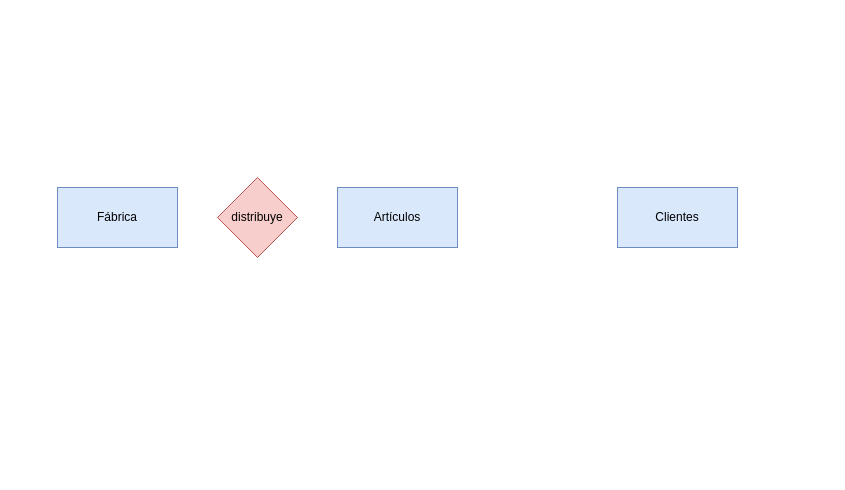
Before: Unidad-1/Tareas/Tarea-2/Diagrama sin título.drawio in liliguoz/Base-datos, a draw.io diagram. Source tidied: cells renumbered, new cells numbered last; positions are measured from the earlier drawing's top-left corner, leaving out a move shared by most shapes. Both pictures are drawn from the tidied source at 100%, with x=0, y=0 at pixel (57, 177).
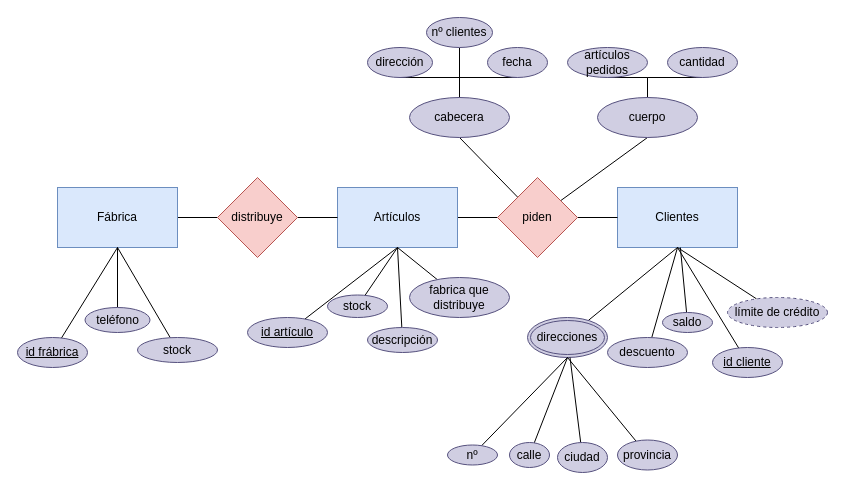
The same diagram, later.

The change refers to these unchanged cells:
```xml
<mxCell id="2" value="Clientes" style="rounded=0;whiteSpace=wrap;html=1;fillColor=#dae8fc;strokeColor=#6c8ebf;" parent="1" vertex="1">
  <mxGeometry x="560" y="10" width="120" height="60" as="geometry" />
</mxCell>
<mxCell id="3" value="Artículos" style="rounded=0;whiteSpace=wrap;html=1;fillColor=#dae8fc;strokeColor=#6c8ebf;" parent="1" vertex="1">
  <mxGeometry x="280" y="10" width="120" height="60" as="geometry" />
</mxCell>
<mxCell id="4" value="Fábrica" style="rounded=0;whiteSpace=wrap;html=1;fillColor=#dae8fc;strokeColor=#6c8ebf;" parent="1" vertex="1">
  <mxGeometry y="10" width="120" height="60" as="geometry" />
</mxCell>
<mxCell id="6" value="distribuye" style="rhombus;whiteSpace=wrap;html=1;fillColor=#f8cecc;strokeColor=#b85450;" parent="1" vertex="1">
  <mxGeometry x="160" width="80" height="80" as="geometry" />
</mxCell>
```

The edit, as a diff of the source:
```diff
@@
+    <mxCell id="7" style="edgeStyle=orthogonalEdgeStyle;rounded=0;jettySize=auto;html=1;entryX=0;entryY=0.5;entryDx=0;entryDy=0;endArrow=none;endFill=0;" parent="1" edge="1" source="3" target="13">
+      <mxGeometry relative="1" as="geometry" />
+    </mxCell>
@@
+    <mxCell id="8" style="edgeStyle=orthogonalEdgeStyle;rounded=0;jettySize=auto;html=1;endArrow=none;endFill=0;" parent="1" edge="1" source="4" target="6">
+      <mxGeometry relative="1" as="geometry" />
+    </mxCell>
@@
+    <mxCell id="9" style="edgeStyle=orthogonalEdgeStyle;rounded=0;jettySize=auto;html=1;endArrow=none;endFill=0;" parent="1" edge="1" source="6" target="3">
+      <mxGeometry relative="1" as="geometry" />
+    </mxCell>
@@
+    <mxCell id="10" style="edgeStyle=orthogonalEdgeStyle;rounded=0;jettySize=auto;html=1;endArrow=none;endFill=0;" parent="1" edge="1" source="13" target="2">
+      <mxGeometry relative="1" as="geometry" />
+    </mxCell>
+    <mxCell id="11" style="rounded=0;jettySize=auto;html=1;entryX=0.5;entryY=1;entryDx=0;entryDy=0;endArrow=none;endFill=0;" parent="1" edge="1" source="13" target="49">
+      <mxGeometry relative="1" as="geometry" />
+    </mxCell>
+    <mxCell id="12" style="rounded=0;jettySize=auto;html=1;entryX=0.5;entryY=1;entryDx=0;entryDy=0;endArrow=none;endFill=0;" parent="1" edge="1" source="13" target="52">
+      <mxGeometry relative="1" as="geometry" />
+    </mxCell>
+    <mxCell id="13" value="piden" style="rhombus;whiteSpace=wrap;html=1;fillColor=#f8cecc;strokeColor=#b85450;" parent="1" vertex="1">
+      <mxGeometry x="440" width="80" height="80" as="geometry" />
+    </mxCell>
+    <mxCell id="14" style="rounded=0;jettySize=auto;html=1;entryX=0.5;entryY=1;entryDx=0;entryDy=0;endArrow=none;endFill=0;" parent="1" edge="1" source="15" target="2">
+      <mxGeometry relative="1" as="geometry" />
+    </mxCell>
+    <mxCell id="15" value="descuento" style="ellipse;whiteSpace=wrap;html=1;align=center;fillColor=#d0cee2;strokeColor=#56517e;" parent="1" vertex="1">
+      <mxGeometry x="550" y="160" width="80" height="30" as="geometry" />
+    </mxCell>
+    <mxCell id="16" style="rounded=0;jettySize=auto;html=1;entryX=0.5;entryY=1;entryDx=0;entryDy=0;endArrow=none;endFill=0;" parent="1" edge="1" source="17" target="2">
+      <mxGeometry relative="1" as="geometry" />
+    </mxCell>
+    <mxCell id="17" value="id cliente" style="ellipse;whiteSpace=wrap;html=1;align=center;fontStyle=4;fillColor=#d0cee2;strokeColor=#56517e;" parent="1" vertex="1">
+      <mxGeometry x="655" y="170" width="70" height="30" as="geometry" />
+    </mxCell>
+    <mxCell id="18" style="rounded=0;jettySize=auto;html=1;entryX=0.5;entryY=1;entryDx=0;entryDy=0;endArrow=none;endFill=0;" parent="1" edge="1" source="19" target="2">
+      <mxGeometry relative="1" as="geometry" />
+    </mxCell>
+    <mxCell id="19" value="direcciones " style="ellipse;shape=doubleEllipse;margin=3;whiteSpace=wrap;html=1;align=center;fillColor=#d0cee2;strokeColor=#56517e;" parent="1" vertex="1">
+      <mxGeometry x="470" y="140" width="80" height="40" as="geometry" />
+    </mxCell>
+    <mxCell id="20" style="rounded=0;jettySize=auto;html=1;endArrow=none;endFill=0;" parent="1" edge="1" source="21" target="2">
+      <mxGeometry relative="1" as="geometry" />
+    </mxCell>
+    <mxCell id="21" value="saldo" style="ellipse;whiteSpace=wrap;html=1;align=center;fillColor=#d0cee2;strokeColor=#56517e;" parent="1" vertex="1">
+      <mxGeometry x="605" y="135" width="50" height="20" as="geometry" />
+    </mxCell>
+    <mxCell id="22" style="rounded=0;jettySize=auto;html=1;entryX=0.5;entryY=1;entryDx=0;entryDy=0;endArrow=none;endFill=0;" parent="1" edge="1" source="23" target="3">
+      <mxGeometry relative="1" as="geometry" />
+    </mxCell>
+    <mxCell id="23" value="id artículo" style="ellipse;whiteSpace=wrap;html=1;align=center;fontStyle=4;fillColor=#d0cee2;strokeColor=#56517e;" parent="1" vertex="1">
+      <mxGeometry x="190" y="140" width="80" height="30" as="geometry" />
+    </mxCell>
+    <mxCell id="24" style="rounded=0;jettySize=auto;html=1;endArrow=none;endFill=0;entryX=0.5;entryY=1;entryDx=0;entryDy=0;" parent="1" edge="1" source="25" target="2">
+      <mxGeometry relative="1" as="geometry" />
+    </mxCell>
+    <mxCell id="25" value="límite de crédito" style="ellipse;whiteSpace=wrap;html=1;align=center;dashed=1;fillColor=#d0cee2;strokeColor=#56517e;" parent="1" vertex="1">
+      <mxGeometry x="670" y="120" width="100" height="30" as="geometry" />
+    </mxCell>
+    <mxCell id="26" style="rounded=0;jettySize=auto;html=1;endArrow=none;endFill=0;" parent="1" edge="1" source="27">
+      <mxGeometry relative="1" as="geometry">
+        <mxPoint x="340" y="70" as="targetPoint" />
+      </mxGeometry>
+    </mxCell>
+    <mxCell id="27" value="descripción" style="ellipse;whiteSpace=wrap;html=1;align=center;fillColor=#d0cee2;strokeColor=#56517e;" parent="1" vertex="1">
+      <mxGeometry x="310" y="150" width="70" height="25" as="geometry" />
+    </mxCell>
+    <mxCell id="28" style="rounded=0;jettySize=auto;html=1;entryX=0.5;entryY=1;entryDx=0;entryDy=0;endArrow=none;endFill=0;" parent="1" edge="1" source="29" target="3">
+      <mxGeometry relative="1" as="geometry" />
+    </mxCell>
+    <mxCell id="29" value="stock" style="ellipse;whiteSpace=wrap;html=1;align=center;fillColor=#d0cee2;strokeColor=#56517e;" parent="1" vertex="1">
+      <mxGeometry x="270" y="117.5" width="60" height="22.5" as="geometry" />
+    </mxCell>
+    <mxCell id="30" style="rounded=0;jettySize=auto;html=1;entryX=0.5;entryY=1;entryDx=0;entryDy=0;endArrow=none;endFill=0;" parent="1" edge="1" source="31" target="3">
+      <mxGeometry relative="1" as="geometry" />
+    </mxCell>
+    <mxCell id="31" value="fabrica que distribuye" style="ellipse;whiteSpace=wrap;html=1;align=center;fillColor=#d0cee2;strokeColor=#56517e;" parent="1" vertex="1">
+      <mxGeometry x="352" y="100" width="100" height="40" as="geometry" />
+    </mxCell>
+    <mxCell id="32" style="rounded=0;jettySize=auto;html=1;entryX=0.5;entryY=1;entryDx=0;entryDy=0;endArrow=none;endFill=0;" parent="1" edge="1" source="33" target="4">
+      <mxGeometry relative="1" as="geometry" />
+    </mxCell>
+    <mxCell id="33" value="id frábrica" style="ellipse;whiteSpace=wrap;html=1;align=center;fontStyle=4;fillColor=#d0cee2;strokeColor=#56517e;" parent="1" vertex="1">
+      <mxGeometry x="-40" y="160" width="70" height="30" as="geometry" />
+    </mxCell>
+    <mxCell id="34" style="rounded=0;jettySize=auto;html=1;entryX=0.5;entryY=1;entryDx=0;entryDy=0;endArrow=none;endFill=0;" parent="1" edge="1" source="35" target="4">
+      <mxGeometry relative="1" as="geometry" />
+    </mxCell>
+    <mxCell id="35" value="teléfono" style="ellipse;whiteSpace=wrap;html=1;align=center;fillColor=#d0cee2;strokeColor=#56517e;" parent="1" vertex="1">
+      <mxGeometry x="27.5" y="130" width="65" height="25" as="geometry" />
+    </mxCell>
+    <mxCell id="36" style="rounded=0;jettySize=auto;html=1;entryX=0.5;entryY=1;entryDx=0;entryDy=0;endArrow=none;endFill=0;" parent="1" edge="1" source="37" target="4">
+      <mxGeometry relative="1" as="geometry" />
+    </mxCell>
+    <mxCell id="37" value="stock" style="ellipse;whiteSpace=wrap;html=1;align=center;fillColor=#d0cee2;strokeColor=#56517e;" parent="1" vertex="1">
+      <mxGeometry x="80" y="160" width="80" height="25" as="geometry" />
+    </mxCell>
+    <mxCell id="38" style="rounded=0;jettySize=auto;html=1;endArrow=none;endFill=0;" parent="1" edge="1" source="39">
+      <mxGeometry relative="1" as="geometry">
+        <mxPoint x="510" y="180" as="targetPoint" />
+      </mxGeometry>
+    </mxCell>
+    <mxCell id="39" value="calle" style="ellipse;whiteSpace=wrap;html=1;align=center;fillColor=#d0cee2;strokeColor=#56517e;" parent="1" vertex="1">
+      <mxGeometry x="452" y="265" width="40" height="25" as="geometry" />
+    </mxCell>
+    <mxCell id="40" style="rounded=0;jettySize=auto;html=1;endArrow=none;endFill=0;" parent="1" edge="1" source="41" target="19">
+      <mxGeometry relative="1" as="geometry" />
+    </mxCell>
+    <mxCell id="41" value="ciudad" style="ellipse;whiteSpace=wrap;html=1;align=center;fillColor=#d0cee2;strokeColor=#56517e;" parent="1" vertex="1">
+      <mxGeometry x="500" y="265" width="50" height="30" as="geometry" />
+    </mxCell>
+    <mxCell id="42" style="rounded=0;jettySize=auto;html=1;entryX=0.5;entryY=1;entryDx=0;entryDy=0;endArrow=none;endFill=0;" parent="1" edge="1" source="43" target="19">
+      <mxGeometry relative="1" as="geometry" />
+    </mxCell>
+    <mxCell id="43" value="provincia" style="ellipse;whiteSpace=wrap;html=1;align=center;fillColor=#d0cee2;strokeColor=#56517e;" parent="1" vertex="1">
+      <mxGeometry x="560" y="262.5" width="60" height="30" as="geometry" />
+    </mxCell>
+    <mxCell id="44" style="rounded=0;jettySize=auto;html=1;entryX=0.5;entryY=1;entryDx=0;entryDy=0;endArrow=none;endFill=0;" parent="1" edge="1" source="45" target="19">
+      <mxGeometry relative="1" as="geometry" />
+    </mxCell>
+    <mxCell id="45" value="nº" style="ellipse;whiteSpace=wrap;html=1;align=center;fillColor=#d0cee2;strokeColor=#56517e;" parent="1" vertex="1">
+      <mxGeometry x="390" y="267.5" width="50" height="20" as="geometry" />
+    </mxCell>
+    <mxCell id="46" style="edgeStyle=orthogonalEdgeStyle;rounded=0;jettySize=auto;html=1;entryX=0.5;entryY=1;entryDx=0;entryDy=0;endArrow=none;endFill=0;" parent="1" edge="1" source="49" target="53">
+      <mxGeometry relative="1" as="geometry" />
+    </mxCell>
+    <mxCell id="47" style="edgeStyle=orthogonalEdgeStyle;rounded=0;jettySize=auto;html=1;entryX=0.5;entryY=1;entryDx=0;entryDy=0;endArrow=none;endFill=0;" parent="1" edge="1" source="49" target="55">
+      <mxGeometry relative="1" as="geometry" />
+    </mxCell>
+    <mxCell id="48" style="edgeStyle=orthogonalEdgeStyle;rounded=0;jettySize=auto;html=1;endArrow=none;endFill=0;" parent="1" edge="1" source="49" target="54">
+      <mxGeometry relative="1" as="geometry" />
+    </mxCell>
+    <mxCell id="49" value="cabecera" style="ellipse;whiteSpace=wrap;html=1;align=center;fillColor=#d0cee2;strokeColor=#56517e;" parent="1" vertex="1">
+      <mxGeometry x="352" y="-80" width="100" height="40" as="geometry" />
+    </mxCell>
+    <mxCell id="50" style="edgeStyle=orthogonalEdgeStyle;rounded=0;jettySize=auto;html=1;entryX=0.5;entryY=1;entryDx=0;entryDy=0;endArrow=none;endFill=0;" parent="1" edge="1" source="52" target="56">
+      <mxGeometry relative="1" as="geometry" />
+    </mxCell>
+    <mxCell id="51" style="edgeStyle=orthogonalEdgeStyle;rounded=0;jettySize=auto;html=1;entryX=0.5;entryY=1;entryDx=0;entryDy=0;endArrow=none;endFill=0;" parent="1" edge="1" source="52" target="57">
+      <mxGeometry relative="1" as="geometry" />
+    </mxCell>
+    <mxCell id="52" value="cuerpo" style="ellipse;whiteSpace=wrap;html=1;align=center;fillColor=#d0cee2;strokeColor=#56517e;" parent="1" vertex="1">
+      <mxGeometry x="540" y="-80" width="100" height="40" as="geometry" />
+    </mxCell>
+    <mxCell id="53" value="nº clientes" style="ellipse;whiteSpace=wrap;html=1;align=center;fillColor=#d0cee2;strokeColor=#56517e;" parent="1" vertex="1">
+      <mxGeometry x="369" y="-160" width="66" height="30" as="geometry" />
+    </mxCell>
+    <mxCell id="54" value="dirección" style="ellipse;whiteSpace=wrap;html=1;align=center;fillColor=#d0cee2;strokeColor=#56517e;" parent="1" vertex="1">
+      <mxGeometry x="310" y="-130" width="65" height="30" as="geometry" />
+    </mxCell>
+    <mxCell id="55" value="fecha" style="ellipse;whiteSpace=wrap;html=1;align=center;fillColor=#d0cee2;strokeColor=#56517e;" parent="1" vertex="1">
+      <mxGeometry x="430" y="-130" width="60" height="30" as="geometry" />
+    </mxCell>
+    <mxCell id="56" value="artículos pedidos" style="ellipse;whiteSpace=wrap;html=1;align=center;fillColor=#d0cee2;strokeColor=#56517e;" parent="1" vertex="1">
+      <mxGeometry x="510" y="-130" width="80" height="30" as="geometry" />
+    </mxCell>
+    <mxCell id="57" value="cantidad" style="ellipse;whiteSpace=wrap;html=1;align=center;fillColor=#d0cee2;strokeColor=#56517e;" parent="1" vertex="1">
+      <mxGeometry x="610" y="-130" width="70" height="30" as="geometry" />
+    </mxCell>
```
